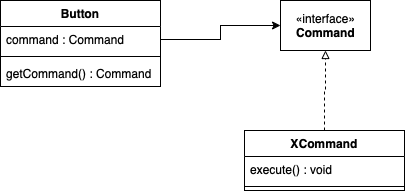
This is docs/images/UML/command.png from FEUP-LDTS-2021/ldts-project-assignment-g1006, a draw.io export, as it was before one commit. Source tidied: cells renumbered, new cells last; positions are measured from the earlier drawing's top-left corner, leaving out a move shared by most shapes. The source it was exported from:
```xml
<mxGraphModel>
  <root>
    <mxCell id="0" />
    <mxCell id="1" parent="0" />
    <mxCell id="2" value="«interface»&lt;br&gt;&lt;b&gt;Command&lt;/b&gt;" style="html=1;direction=south;" parent="1" vertex="1">
      <mxGeometry x="280" width="90" height="50" as="geometry" />
    </mxCell>
    <mxCell id="3" value="Button" style="swimlane;fontStyle=1;align=center;verticalAlign=top;horizontal=1;startSize=26;" parent="1" vertex="1">
      <mxGeometry width="160" height="86" as="geometry" />
    </mxCell>
    <mxCell id="4" value="command : Command" style="text;strokeColor=none;fillColor=none;align=left;verticalAlign=top;spacingLeft=4;spacingRight=4;overflow=hidden;points=[[0,0.5],[1,0.5]];portConstraint=eastwest;" parent="3" vertex="1">
      <mxGeometry y="26" width="160" height="26" as="geometry" />
    </mxCell>
    <mxCell id="5" style="line;strokeWidth=1;fillColor=none;align=left;verticalAlign=middle;spacingTop=-1;spacingLeft=3;spacingRight=3;labelPosition=right;" parent="3" vertex="1">
      <mxGeometry y="52" width="160" height="8" as="geometry" />
    </mxCell>
    <mxCell id="6" value="getCommand() : Command" style="text;strokeColor=none;fillColor=none;align=left;verticalAlign=top;spacingLeft=4;spacingRight=4;overflow=hidden;" parent="3" vertex="1">
      <mxGeometry y="60" width="160" height="26" as="geometry" />
    </mxCell>
    <mxCell id="7" style="edgeStyle=orthogonalEdgeStyle;rounded=0;jettySize=auto;html=1;exitX=0.5;exitY=0;exitDx=0;exitDy=0;entryX=1;entryY=0.5;entryDx=0;entryDy=0;dashed=1;startArrow=none;startFill=0;endArrow=block;endFill=0;strokeWidth=1;" parent="1" edge="1" source="8" target="2">
      <mxGeometry relative="1" as="geometry" />
    </mxCell>
    <mxCell id="8" value="XCommand" style="swimlane;fontStyle=1;align=center;verticalAlign=top;horizontal=1;startSize=26;" parent="1" vertex="1">
      <mxGeometry x="244" y="130" width="160" height="60" as="geometry" />
    </mxCell>
    <mxCell id="9" value="execute() : void" style="text;strokeColor=none;fillColor=none;align=left;verticalAlign=top;spacingLeft=4;spacingRight=4;overflow=hidden;" parent="8" vertex="1">
      <mxGeometry y="26" width="160" height="26" as="geometry" />
    </mxCell>
    <mxCell id="10" style="line;strokeWidth=1;fillColor=none;align=left;verticalAlign=middle;spacingTop=-1;spacingLeft=3;spacingRight=3;labelPosition=right;" parent="8" vertex="1">
      <mxGeometry y="52" width="160" height="8" as="geometry" />
    </mxCell>
    <mxCell id="11" style="edgeStyle=orthogonalEdgeStyle;rounded=0;jettySize=auto;html=1;entryX=0.5;entryY=1;entryDx=0;entryDy=0;startArrow=none;startFill=0;endArrow=classic;endFill=1;strokeWidth=1;" parent="1" edge="1" source="4" target="2">
      <mxGeometry relative="1" as="geometry" />
    </mxCell>
  </root>
</mxGraphModel>
```
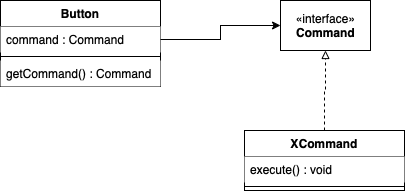
After the change.

Change to the diagram source:
```diff
@@ -8,13 +8,13 @@
     <mxCell id="3" value="Button" style="swimlane;fontStyle=1;align=center;verticalAlign=top;horizontal=1;startSize=26;" parent="1" vertex="1">
       <mxGeometry width="160" height="86" as="geometry" />
     </mxCell>
-    <mxCell id="4" value="command : Command" style="text;strokeColor=none;fillColor=none;align=left;verticalAlign=top;spacingLeft=4;spacingRight=4;overflow=hidden;points=[[0,0.5],[1,0.5]];portConstraint=eastwest;" parent="3" vertex="1">
+    <mxCell id="4" value="command : Command" style="text;align=left;verticalAlign=top;spacingLeft=4;spacingRight=4;overflow=hidden;points=[[0,0.5],[1,0.5]];portConstraint=eastwest;fillColor=#FFFFFF;" parent="3" vertex="1">
       <mxGeometry y="26" width="160" height="26" as="geometry" />
     </mxCell>
     <mxCell id="5" style="line;strokeWidth=1;fillColor=none;align=left;verticalAlign=middle;spacingTop=-1;spacingLeft=3;spacingRight=3;labelPosition=right;" parent="3" vertex="1">
       <mxGeometry y="52" width="160" height="8" as="geometry" />
     </mxCell>
-    <mxCell id="6" value="getCommand() : Command" style="text;strokeColor=none;fillColor=none;align=left;verticalAlign=top;spacingLeft=4;spacingRight=4;overflow=hidden;" parent="3" vertex="1">
+    <mxCell id="6" value="getCommand() : Command" style="text;strokeColor=none;fillColor=default;align=left;verticalAlign=top;spacingLeft=4;spacingRight=4;overflow=hidden;" parent="3" vertex="1">
       <mxGeometry y="60" width="160" height="26" as="geometry" />
     </mxCell>
     <mxCell id="7" style="edgeStyle=orthogonalEdgeStyle;rounded=0;jettySize=auto;html=1;exitX=0.5;exitY=0;exitDx=0;exitDy=0;entryX=1;entryY=0.5;entryDx=0;entryDy=0;dashed=1;startArrow=none;startFill=0;endArrow=block;endFill=0;strokeWidth=1;" parent="1" edge="1" source="8" target="2">
@@ -23,7 +23,7 @@
     <mxCell id="8" value="XCommand" style="swimlane;fontStyle=1;align=center;verticalAlign=top;horizontal=1;startSize=26;" parent="1" vertex="1">
       <mxGeometry x="244" y="130" width="160" height="60" as="geometry" />
     </mxCell>
-    <mxCell id="9" value="execute() : void" style="text;strokeColor=none;fillColor=none;align=left;verticalAlign=top;spacingLeft=4;spacingRight=4;overflow=hidden;" parent="8" vertex="1">
+    <mxCell id="9" value="execute() : void" style="text;strokeColor=none;fillColor=default;align=left;verticalAlign=top;spacingLeft=4;spacingRight=4;overflow=hidden;" parent="8" vertex="1">
       <mxGeometry y="26" width="160" height="26" as="geometry" />
     </mxCell>
     <mxCell id="10" style="line;strokeWidth=1;fillColor=none;align=left;verticalAlign=middle;spacingTop=-1;spacingLeft=3;spacingRight=3;labelPosition=right;" parent="8" vertex="1">
```
